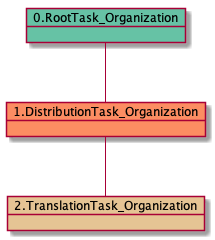
The PlantUML diagram docs-DR/uml/RTO.DTO.TTO-41094.png in yoomlam/graphing, before a commit.
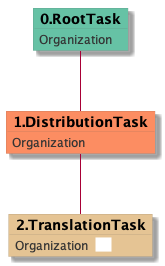
After the change.

The edit, as a diff of the source:
```diff
@@ -1,7 +1,21 @@
 @startuml
-object 0.RootTask_Organization #66c2a5
-object 1.DistributionTask_Organization #fc8d62
-object 2.TranslationTask_Organization #e5c494
-0.RootTask_Organization -- 1.DistributionTask_Organization
-1.DistributionTask_Organization -- 2.TranslationTask_Organization
+skinparam {
+  ObjectBorderColor #555
+  ObjectBorderThickness 0
+  ObjectFontStyle bold
+  ObjectFontSize 14
+  ObjectAttributeFontColor #333
+  ObjectAttributeFontSize 12
+}
+  object 0.RootTask #66c2a5 {
+Organization
+}
+  object 1.DistributionTask #fc8d62 {
+Organization
+}
+  object 2.TranslationTask #e5c494 {
+Organization  <back:white>    </back>
+}
+0.RootTask -- 1.DistributionTask
+1.DistributionTask -- 2.TranslationTask
 @enduml
```
